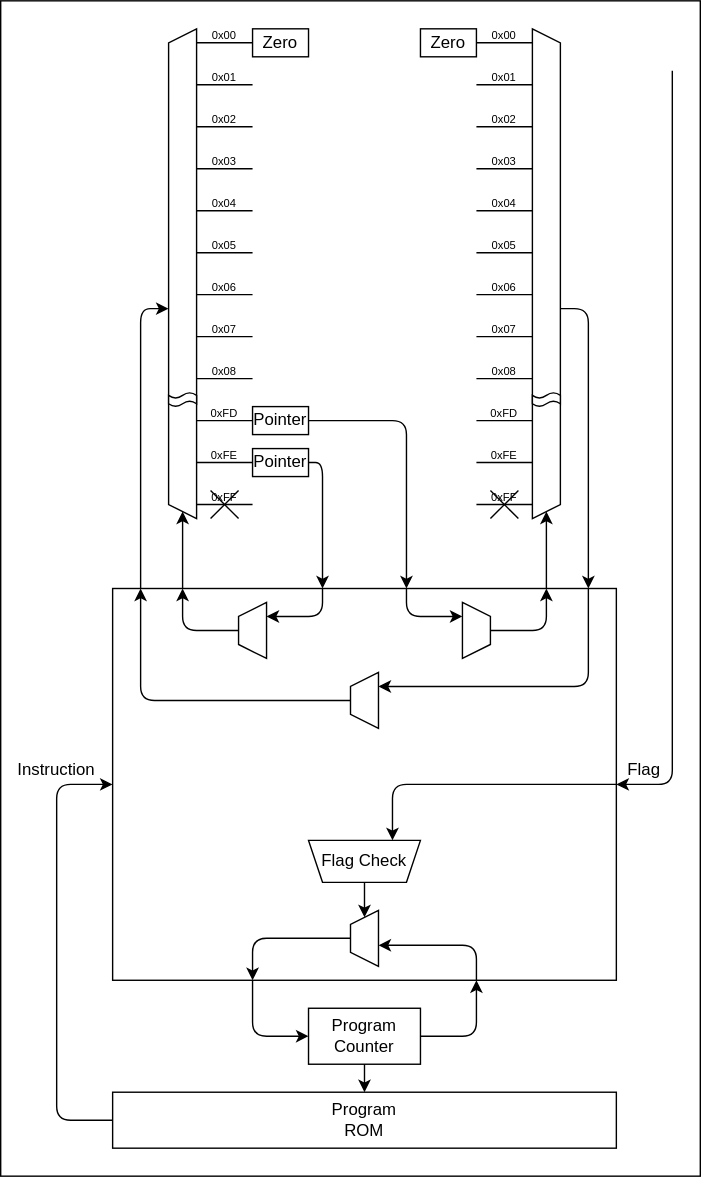
amane-uehara/kanade-k-1228.github.io keeps this draw.io diagram as Lab/Computer/RelayComputer/CoreArch.drawio.svg. Above is the earlier version. Source tidied: cells renumbered, new cells last; positions are measured from the earlier drawing's top-left corner, leaving out a move shared by most shapes.
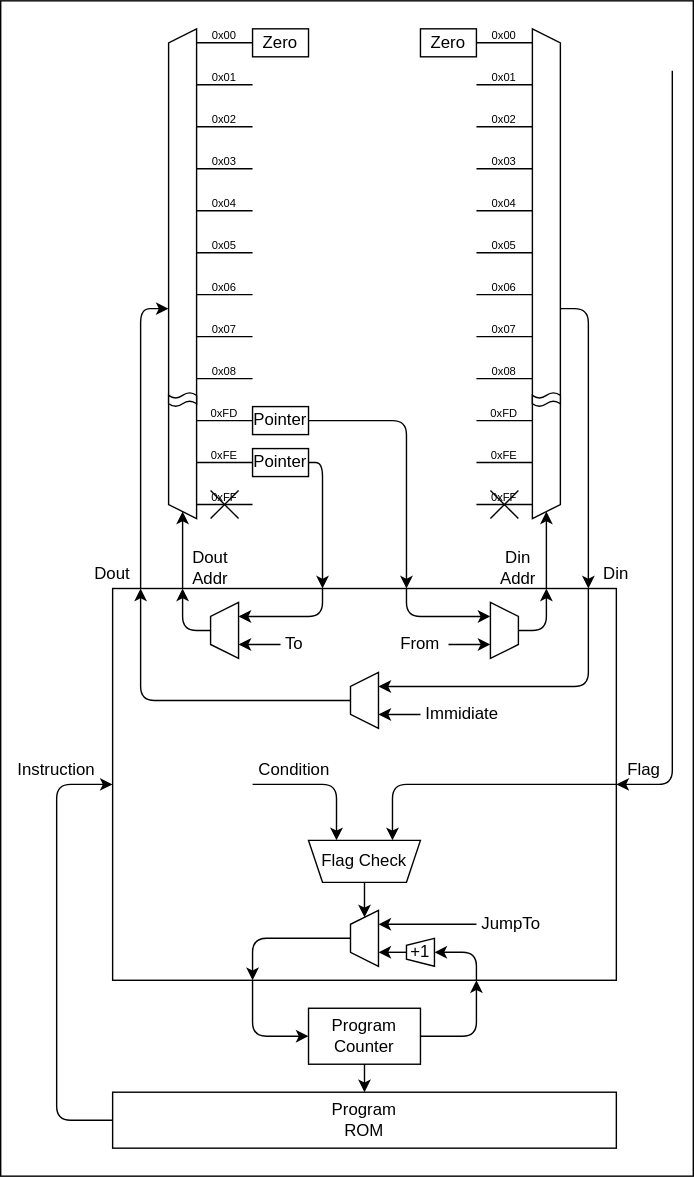
The same diagram one commit later.

What changed in the source:
```diff
@@ -3,7 +3,7 @@
     <mxCell id="0" />
     <mxCell id="1" parent="0" />
     <mxCell id="2" style="rounded=0;whiteSpace=wrap;html=1;" parent="1" vertex="1">
-      <mxGeometry width="500" height="840" as="geometry" />
+      <mxGeometry width="495" height="840" as="geometry" />
     </mxCell>
     <mxCell id="3" style="rounded=0;whiteSpace=wrap;html=1;fillColor=none;" parent="1" vertex="1">
       <mxGeometry x="80" y="420" width="360" height="280" as="geometry" />
@@ -354,14 +354,14 @@
       <mxGeometry x="350" y="320" width="20" height="10" as="geometry" />
     </mxCell>
     <mxCell id="76" style="shape=trapezoid;perimeter=trapezoidPerimeter;whiteSpace=wrap;html=1;fixedSize=1;size=10;direction=north;" parent="1" vertex="1">
-      <mxGeometry x="170" y="430" width="20" height="40" as="geometry" />
+      <mxGeometry x="150" y="430" width="20" height="40" as="geometry" />
     </mxCell>
     <mxCell id="77" style="shape=trapezoid;perimeter=trapezoidPerimeter;whiteSpace=wrap;html=1;fixedSize=1;size=10;direction=south;" parent="1" vertex="1">
-      <mxGeometry x="330" y="430" width="20" height="40" as="geometry" />
+      <mxGeometry x="350" y="430" width="20" height="40" as="geometry" />
     </mxCell>
     <mxCell id="78" style="endArrow=classic;html=1;" parent="1" edge="1">
       <mxGeometry relative="1" as="geometry">
-        <mxPoint x="170" y="450" as="sourcePoint" />
+        <mxPoint x="150" y="450" as="sourcePoint" />
         <mxPoint x="130" y="420" as="targetPoint" />
         <Array as="points">
           <mxPoint x="130" y="450" />
@@ -371,7 +371,7 @@
     <mxCell id="79" style="endArrow=classic;html=1;" parent="1" edge="1">
       <mxGeometry relative="1" as="geometry">
         <mxPoint x="290" y="420" as="sourcePoint" />
-        <mxPoint x="330" y="440" as="targetPoint" />
+        <mxPoint x="350" y="440" as="targetPoint" />
         <Array as="points">
           <mxPoint x="290" y="440" />
         </Array>
@@ -380,7 +380,7 @@
     <mxCell id="80" style="endArrow=classic;html=1;" parent="1" edge="1">
       <mxGeometry relative="1" as="geometry">
         <mxPoint x="230" y="420" as="sourcePoint" />
-        <mxPoint x="190" y="440" as="targetPoint" />
+        <mxPoint x="170" y="440" as="targetPoint" />
         <Array as="points">
           <mxPoint x="230" y="440" />
         </Array>
@@ -388,7 +388,7 @@
     </mxCell>
     <mxCell id="81" style="endArrow=classic;html=1;" parent="1" edge="1">
       <mxGeometry relative="1" as="geometry">
-        <mxPoint x="350" y="450" as="sourcePoint" />
+        <mxPoint x="370" y="450" as="sourcePoint" />
         <mxPoint x="390" y="420" as="targetPoint" />
         <Array as="points">
           <mxPoint x="390" y="450" />
@@ -419,9 +419,9 @@
     <mxCell id="85" style="endArrow=classic;html=1;" parent="1" edge="1">
       <mxGeometry relative="1" as="geometry">
         <mxPoint x="340" y="700" as="sourcePoint" />
-        <mxPoint x="270" y="675" as="targetPoint" />
+        <mxPoint x="310" y="680" as="targetPoint" />
         <Array as="points">
-          <mxPoint x="340" y="675" />
+          <mxPoint x="340" y="680" />
         </Array>
       </mxGeometry>
     </mxCell>
@@ -470,5 +470,74 @@
     <mxCell id="93" value="Instruction" style="text;html=1;strokeColor=none;fillColor=none;align=center;verticalAlign=middle;whiteSpace=wrap;rounded=0;" parent="1" vertex="1">
       <mxGeometry x="20" y="540" width="40" height="20" as="geometry" />
     </mxCell>
+    <mxCell id="94" value="+1" style="shape=trapezoid;perimeter=trapezoidPerimeter;whiteSpace=wrap;html=1;fixedSize=1;size=5;direction=north;" parent="1" vertex="1">
+      <mxGeometry x="290" y="670" width="20" height="20" as="geometry" />
+    </mxCell>
+    <mxCell id="95" style="endArrow=classic;html=1;" parent="1" edge="1">
+      <mxGeometry relative="1" as="geometry">
+        <mxPoint x="290" y="680" as="sourcePoint" />
+        <mxPoint x="270" y="680" as="targetPoint" />
+      </mxGeometry>
+    </mxCell>
+    <mxCell id="96" style="endArrow=classic;html=1;" parent="1" edge="1">
+      <mxGeometry relative="1" as="geometry">
+        <mxPoint x="340" y="660" as="sourcePoint" />
+        <mxPoint x="270" y="660" as="targetPoint" />
+      </mxGeometry>
+    </mxCell>
+    <mxCell id="97" value="JumpTo" style="text;html=1;strokeColor=none;fillColor=none;align=center;verticalAlign=middle;whiteSpace=wrap;rounded=0;" parent="1" vertex="1">
+      <mxGeometry x="345" y="650" width="40" height="20" as="geometry" />
+    </mxCell>
+    <mxCell id="98" style="endArrow=classic;html=1;" parent="1" edge="1">
+      <mxGeometry relative="1" as="geometry">
+        <mxPoint x="300" y="510" as="sourcePoint" />
+        <mxPoint x="270" y="510" as="targetPoint" />
+      </mxGeometry>
+    </mxCell>
+    <mxCell id="99" value="Immidiate" style="text;html=1;strokeColor=none;fillColor=none;align=center;verticalAlign=middle;whiteSpace=wrap;rounded=0;" parent="1" vertex="1">
+      <mxGeometry x="300" y="505" width="60" height="10" as="geometry" />
+    </mxCell>
+    <mxCell id="100" style="endArrow=classic;html=1;" parent="1" edge="1">
+      <mxGeometry relative="1" as="geometry">
+        <mxPoint x="200" y="460" as="sourcePoint" />
+        <mxPoint x="170" y="460" as="targetPoint" />
+      </mxGeometry>
+    </mxCell>
+    <mxCell id="101" value="To" style="text;html=1;strokeColor=none;fillColor=none;align=center;verticalAlign=middle;whiteSpace=wrap;rounded=0;" parent="1" vertex="1">
+      <mxGeometry x="200" y="455" width="20" height="10" as="geometry" />
+    </mxCell>
+    <mxCell id="102" style="endArrow=classic;html=1;" parent="1" edge="1">
+      <mxGeometry relative="1" as="geometry">
+        <mxPoint x="320" y="460" as="sourcePoint" />
+        <mxPoint x="350" y="460" as="targetPoint" />
+      </mxGeometry>
+    </mxCell>
+    <mxCell id="103" value="From" style="text;html=1;strokeColor=none;fillColor=none;align=center;verticalAlign=middle;whiteSpace=wrap;rounded=0;" parent="1" vertex="1">
+      <mxGeometry x="285" y="455" width="30" height="10" as="geometry" />
+    </mxCell>
+    <mxCell id="104" value="Din" style="text;html=1;strokeColor=none;fillColor=none;align=center;verticalAlign=middle;whiteSpace=wrap;rounded=0;" parent="1" vertex="1">
+      <mxGeometry x="420" y="400" width="40" height="20" as="geometry" />
+    </mxCell>
+    <mxCell id="105" value="Dout" style="text;html=1;strokeColor=none;fillColor=none;align=center;verticalAlign=middle;whiteSpace=wrap;rounded=0;" parent="1" vertex="1">
+      <mxGeometry x="60" y="400" width="40" height="20" as="geometry" />
+    </mxCell>
+    <mxCell id="106" value="Dout Addr" style="text;html=1;strokeColor=none;fillColor=none;align=center;verticalAlign=middle;whiteSpace=wrap;rounded=0;" parent="1" vertex="1">
+      <mxGeometry x="130" y="390" width="40" height="30" as="geometry" />
+    </mxCell>
+    <mxCell id="107" value="Din&lt;br&gt;Addr" style="text;html=1;strokeColor=none;fillColor=none;align=center;verticalAlign=middle;whiteSpace=wrap;rounded=0;" parent="1" vertex="1">
+      <mxGeometry x="350" y="390" width="40" height="30" as="geometry" />
+    </mxCell>
+    <mxCell id="108" style="endArrow=classic;html=1;" parent="1" edge="1">
+      <mxGeometry relative="1" as="geometry">
+        <mxPoint x="180" y="560" as="sourcePoint" />
+        <mxPoint x="240" y="600" as="targetPoint" />
+        <Array as="points">
+          <mxPoint x="240" y="560" />
+        </Array>
+      </mxGeometry>
+    </mxCell>
+    <mxCell id="109" value="Condition" style="text;html=1;strokeColor=none;fillColor=none;align=center;verticalAlign=middle;whiteSpace=wrap;rounded=0;" parent="1" vertex="1">
+      <mxGeometry x="180" y="540" width="60" height="20" as="geometry" />
+    </mxCell>
   </root>
 </mxGraphModel>
```
